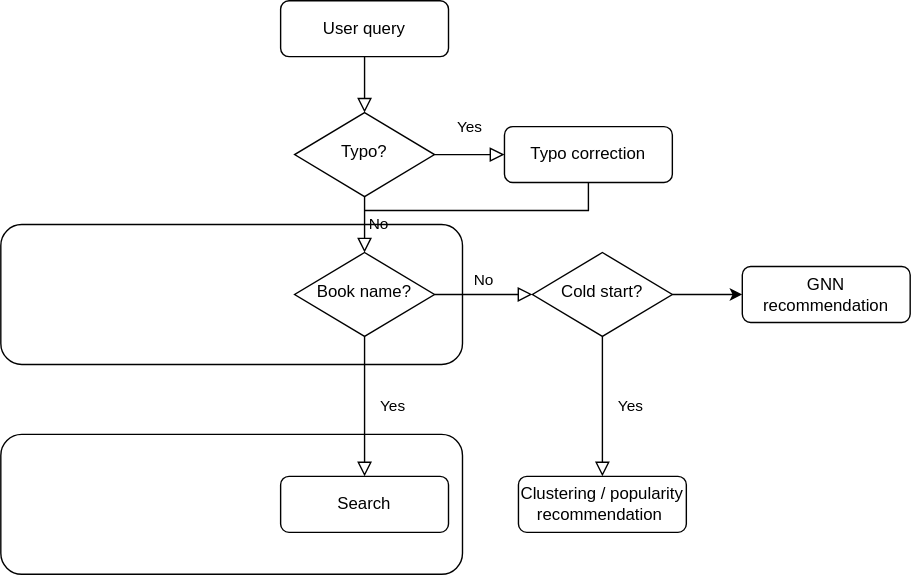
Earlier version of the draw.io export assets/flowchart.drawio.svg (AntoninJoly/book). Source tidied: cells renumbered, new cells last; positions are measured from the earlier drawing's top-left corner, leaving out a move shared by most shapes.
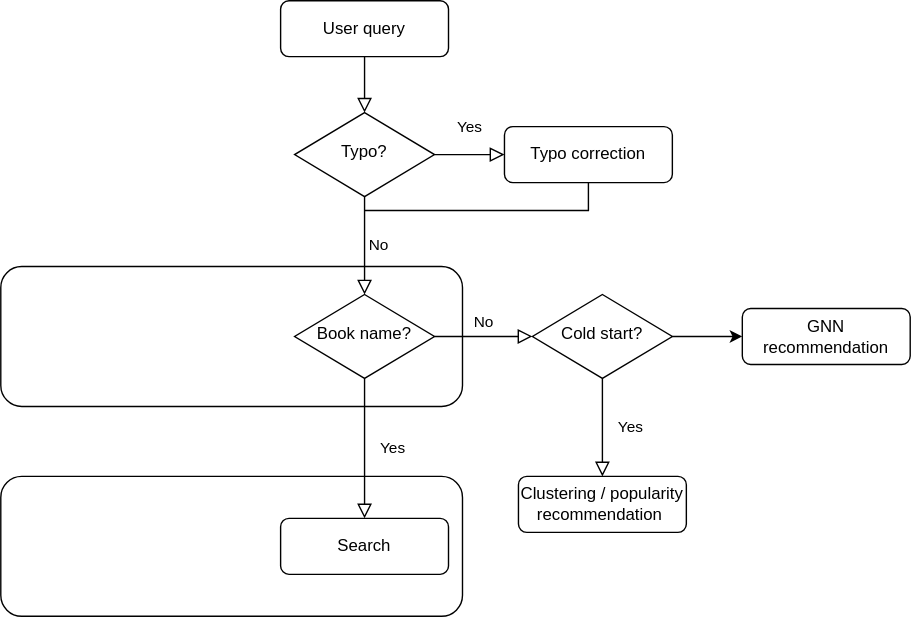
After the commit.

Commit message:
Data loading into elasticstack, diagram

Change to the diagram source:
```diff
@@ -6,15 +6,13 @@
       <mxGeometry relative="1" as="geometry" />
     </mxCell>
     <mxCell id="3" value="User query" style="rounded=1;whiteSpace=wrap;html=1;fontSize=12;glass=0;strokeWidth=1;shadow=0;" parent="1" vertex="1">
-      <mxGeometry x="200" width="120" height="40" as="geometry" />
+      <mxGeometry x="200" y="-30" width="120" height="40" as="geometry" />
     </mxCell>
     <mxCell id="4" value="Yes" style="rounded=0;html=1;jettySize=auto;fontSize=11;endArrow=block;endFill=0;endSize=8;strokeWidth=1;shadow=0;labelBackgroundColor=none;edgeStyle=orthogonalEdgeStyle;entryX=0.5;entryY=0;entryDx=0;entryDy=0;" parent="1" edge="1" source="6" target="7">
       <mxGeometry y="20" relative="1" as="geometry" />
     </mxCell>
-    <mxCell id="5" value="No" style="edgeStyle=orthogonalEdgeStyle;rounded=0;html=1;jettySize=auto;fontSize=11;endArrow=block;endFill=0;endSize=8;strokeWidth=1;shadow=0;labelBackgroundColor=none;" parent="1" edge="1" source="6">
-      <mxGeometry y="10" relative="1" as="geometry">
-        <mxPoint x="380" y="210" as="targetPoint" />
-      </mxGeometry>
+    <mxCell id="5" value="No" style="edgeStyle=orthogonalEdgeStyle;rounded=0;html=1;jettySize=auto;fontSize=11;endArrow=block;endFill=0;endSize=8;strokeWidth=1;shadow=0;labelBackgroundColor=none;entryX=0;entryY=0.5;entryDx=0;entryDy=0;" parent="1" edge="1" source="6" target="9">
+      <mxGeometry y="10" relative="1" as="geometry" />
     </mxCell>
     <mxCell id="6" value="Book name?" style="rhombus;whiteSpace=wrap;html=1;shadow=0;fontFamily=Helvetica;fontSize=12;align=center;strokeWidth=1;spacing=6;spacingTop=-4;" parent="1" vertex="1">
       <mxGeometry x="210" y="180" width="100" height="60" as="geometry" />
@@ -29,7 +27,7 @@
       <mxGeometry x="380" y="180" width="100" height="60" as="geometry" />
     </mxCell>
     <mxCell id="10" value="Clustering / popularity recommendation&lt;span style=&quot;color: rgba(0 , 0 , 0 , 0) ; font-family: monospace ; font-size: 0px&quot;&gt;%3CmxGraphModel%3E%3Croot%3E%3CmxCell%20id%3D%220%22%2F%3E%3CmxCell%20id%3D%221%22%20parent%3D%220%22%2F%3E%3CmxCell%20id%3D%222%22%20value%3D%22Search%22%20style%3D%22rounded%3D1%3BwhiteSpace%3Dwrap%3Bhtml%3D1%3BfontSize%3D12%3Bglass%3D0%3BstrokeWidth%3D1%3Bshadow%3D0%3B%22%20vertex%3D%221%22%20parent%3D%221%22%3E%3CmxGeometry%20x%3D%22330%22%20y%3D%22350%22%20width%3D%22120%22%20height%3D%2240%22%20as%3D%22geometry%22%2F%3E%3C%2FmxCell%3E%3C%2Froot%3E%3C%2FmxGraphModel%3E&lt;/span&gt;" style="rounded=1;whiteSpace=wrap;html=1;fontSize=12;glass=0;strokeWidth=1;shadow=0;" parent="1" vertex="1">
-      <mxGeometry x="370" y="340" width="120" height="40" as="geometry" />
+      <mxGeometry x="370" y="310" width="120" height="40" as="geometry" />
     </mxCell>
     <mxCell id="11" value="GNN recommendation" style="rounded=1;whiteSpace=wrap;html=1;fontSize=12;glass=0;strokeWidth=1;shadow=0;" parent="1" vertex="1">
       <mxGeometry x="530" y="190" width="120" height="40" as="geometry" />
@@ -41,27 +39,27 @@
       <mxGeometry relative="1" as="geometry" />
     </mxCell>
     <mxCell id="14" value="Typo?" style="rhombus;whiteSpace=wrap;html=1;shadow=0;fontFamily=Helvetica;fontSize=12;align=center;strokeWidth=1;spacing=6;spacingTop=-4;" parent="1" vertex="1">
-      <mxGeometry x="210" y="80" width="100" height="60" as="geometry" />
+      <mxGeometry x="210" y="50" width="100" height="60" as="geometry" />
     </mxCell>
-    <mxCell id="15" value="No" style="edgeStyle=orthogonalEdgeStyle;rounded=0;html=1;jettySize=auto;fontSize=11;endArrow=block;endFill=0;endSize=8;strokeWidth=1;shadow=0;labelBackgroundColor=none;exitX=0.5;exitY=1;exitDx=0;exitDy=0;entryX=0.5;entryY=0;entryDx=0;entryDy=0;" parent="1" edge="1" source="14" target="6">
-      <mxGeometry y="10" relative="1" as="geometry" />
-    </mxCell>
     <mxCell id="16" value="Typo correction" style="rounded=1;whiteSpace=wrap;html=1;fontSize=12;glass=0;strokeWidth=1;shadow=0;" parent="1" vertex="1">
-      <mxGeometry x="360" y="90" width="120" height="40" as="geometry" />
+      <mxGeometry x="360" y="60" width="120" height="40" as="geometry" />
     </mxCell>
     <mxCell id="17" value="Yes" style="rounded=0;html=1;jettySize=auto;fontSize=11;endArrow=block;endFill=0;endSize=8;strokeWidth=1;shadow=0;labelBackgroundColor=none;edgeStyle=orthogonalEdgeStyle;entryX=0;entryY=0.5;entryDx=0;entryDy=0;exitX=1;exitY=0.5;exitDx=0;exitDy=0;" parent="1" edge="1" source="14" target="16">
       <mxGeometry y="20" relative="1" as="geometry" />
     </mxCell>
     <mxCell id="18" style="rounded=0;html=1;jettySize=auto;fontSize=11;endArrow=none;endFill=0;endSize=8;strokeWidth=1;shadow=0;labelBackgroundColor=none;edgeStyle=orthogonalEdgeStyle;exitX=0.5;exitY=1;exitDx=0;exitDy=0;" parent="1" edge="1" source="16">
       <mxGeometry relative="1" as="geometry">
-        <mxPoint x="260" y="150" as="targetPoint" />
+        <mxPoint x="260" y="120" as="targetPoint" />
         <Array as="points">
-          <mxPoint x="420" y="150" />
+          <mxPoint x="420" y="120" />
         </Array>
       </mxGeometry>
     </mxCell>
     <mxCell id="19" style="rounded=1;whiteSpace=wrap;html=1;fillColor=none;" parent="1" vertex="1">
       <mxGeometry y="160" width="330" height="100" as="geometry" />
     </mxCell>
+    <mxCell id="15" value="No" style="edgeStyle=orthogonalEdgeStyle;rounded=0;html=1;jettySize=auto;fontSize=11;endArrow=block;endFill=0;endSize=8;strokeWidth=1;shadow=0;labelBackgroundColor=none;exitX=0.5;exitY=1;exitDx=0;exitDy=0;entryX=0.5;entryY=0;entryDx=0;entryDy=0;" parent="1" edge="1" source="14" target="6">
+      <mxGeometry y="10" relative="1" as="geometry" />
+    </mxCell>
   </root>
 </mxGraphModel>
```
